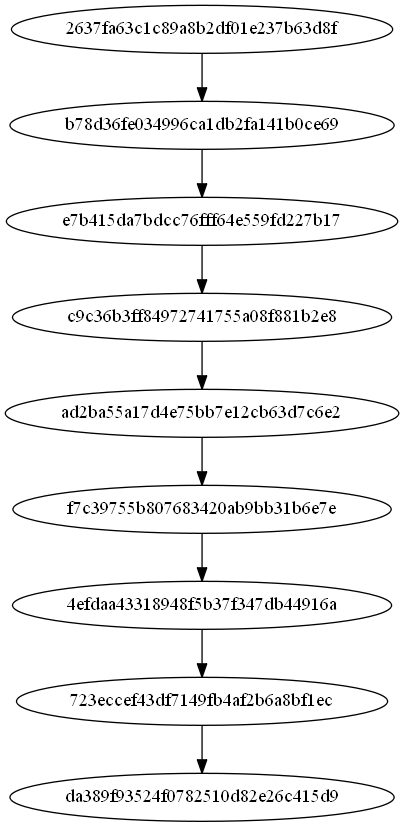
The Graphviz diagram Viajes.png in dani3l8200/EDD_PROYECTO2_201801364_201807100, before a commit. Its source is kept beside it as Viajes.dot. Its diagram source:
```dot
digraph D {

	 BC2637fa63c1c89a8b2df01e237b63d8f[label="2637fa63c1c89a8b2df01e237b63d8f"]
	BCb78d36fe034996ca1db2fa141b0ce69[label="b78d36fe034996ca1db2fa141b0ce69"]
	BC2637fa63c1c89a8b2df01e237b63d8f -> BCb78d36fe034996ca1db2fa141b0ce69
	BCe7b415da7bdcc76fff64e559fd227b17[label="e7b415da7bdcc76fff64e559fd227b17"]
	BCb78d36fe034996ca1db2fa141b0ce69 -> BCe7b415da7bdcc76fff64e559fd227b17
	BCc9c36b3ff84972741755a08f881b2e8[label="c9c36b3ff84972741755a08f881b2e8"]
	BCe7b415da7bdcc76fff64e559fd227b17 -> BCc9c36b3ff84972741755a08f881b2e8
	BCad2ba55a17d4e75bb7e12cb63d7c6e2[label="ad2ba55a17d4e75bb7e12cb63d7c6e2"]
	BCc9c36b3ff84972741755a08f881b2e8 -> BCad2ba55a17d4e75bb7e12cb63d7c6e2
	BCf7c39755b807683420ab9bb31b6e7e[label="f7c39755b807683420ab9bb31b6e7e"]
	BCad2ba55a17d4e75bb7e12cb63d7c6e2 -> BCf7c39755b807683420ab9bb31b6e7e
	BC4efdaa43318948f5b37f347db44916a[label="4efdaa43318948f5b37f347db44916a"]
	BCf7c39755b807683420ab9bb31b6e7e -> BC4efdaa43318948f5b37f347db44916a
	BC723eccef43df7149fb4af2b6a8bf1ec[label="723eccef43df7149fb4af2b6a8bf1ec"]
	BC4efdaa43318948f5b37f347db44916a -> BC723eccef43df7149fb4af2b6a8bf1ec
	BCda389f93524f0782510d82e26c415d9[label="da389f93524f0782510d82e26c415d9"]
	BC723eccef43df7149fb4af2b6a8bf1ec -> BCda389f93524f0782510d82e26c415d9

}
```
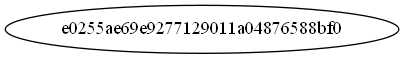
After the commit.

Change to the diagram source:
```diff
@@ -1,21 +1,5 @@
 digraph D {
 
-	 BC2637fa63c1c89a8b2df01e237b63d8f[label="2637fa63c1c89a8b2df01e237b63d8f"]
-	BCb78d36fe034996ca1db2fa141b0ce69[label="b78d36fe034996ca1db2fa141b0ce69"]
-	BC2637fa63c1c89a8b2df01e237b63d8f -> BCb78d36fe034996ca1db2fa141b0ce69
-	BCe7b415da7bdcc76fff64e559fd227b17[label="e7b415da7bdcc76fff64e559fd227b17"]
-	BCb78d36fe034996ca1db2fa141b0ce69 -> BCe7b415da7bdcc76fff64e559fd227b17
-	BCc9c36b3ff84972741755a08f881b2e8[label="c9c36b3ff84972741755a08f881b2e8"]
-	BCe7b415da7bdcc76fff64e559fd227b17 -> BCc9c36b3ff84972741755a08f881b2e8
-	BCad2ba55a17d4e75bb7e12cb63d7c6e2[label="ad2ba55a17d4e75bb7e12cb63d7c6e2"]
-	BCc9c36b3ff84972741755a08f881b2e8 -> BCad2ba55a17d4e75bb7e12cb63d7c6e2
-	BCf7c39755b807683420ab9bb31b6e7e[label="f7c39755b807683420ab9bb31b6e7e"]
-	BCad2ba55a17d4e75bb7e12cb63d7c6e2 -> BCf7c39755b807683420ab9bb31b6e7e
-	BC4efdaa43318948f5b37f347db44916a[label="4efdaa43318948f5b37f347db44916a"]
-	BCf7c39755b807683420ab9bb31b6e7e -> BC4efdaa43318948f5b37f347db44916a
-	BC723eccef43df7149fb4af2b6a8bf1ec[label="723eccef43df7149fb4af2b6a8bf1ec"]
-	BC4efdaa43318948f5b37f347db44916a -> BC723eccef43df7149fb4af2b6a8bf1ec
-	BCda389f93524f0782510d82e26c415d9[label="da389f93524f0782510d82e26c415d9"]
-	BC723eccef43df7149fb4af2b6a8bf1ec -> BCda389f93524f0782510d82e26c415d9
+	 BCe0255ae69e9277129011a04876588bf0[label="e0255ae69e9277129011a04876588bf0"]
 
 }
```
